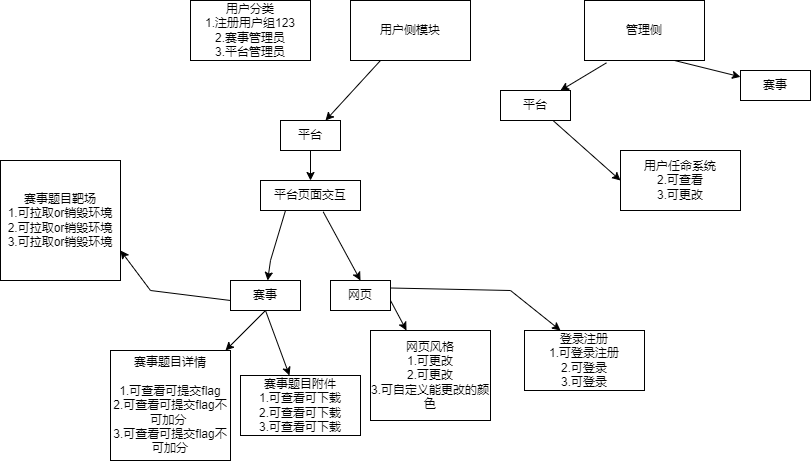
The draw.io diagram drawini/draw-user.png in DWDSec/fusu, before a commit. Source tidied: cells renumbered, new cells last; positions are measured from the earlier drawing's top-left corner, leaving out a move shared by most shapes.
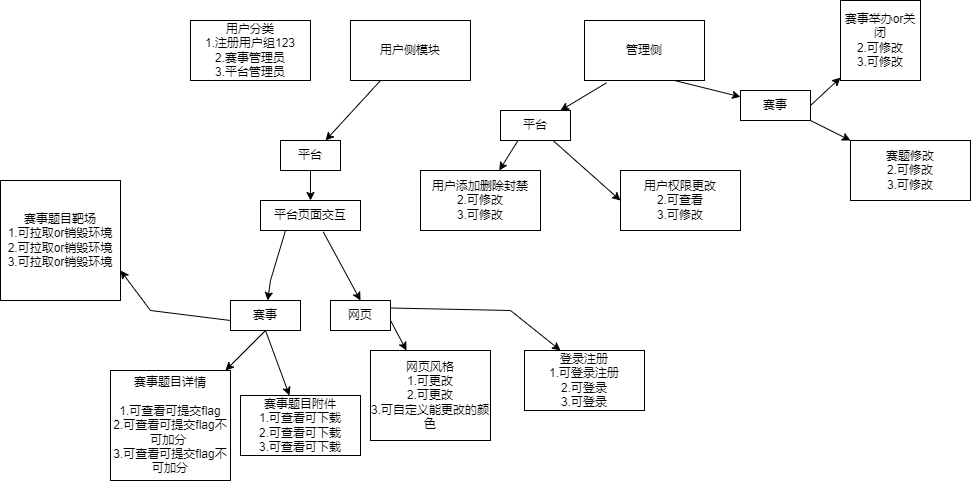
After the change.

Diff of the diagram source:
```diff
@@ -102,8 +102,26 @@
         <mxPoint x="620" y="180" as="targetPoint" />
       </mxGeometry>
     </mxCell>
-    <mxCell id="28" value="用户任命系统&lt;br&gt;2.可查看&lt;br&gt;3.可更改" style="rounded=0;whiteSpace=wrap;html=1;" parent="1" vertex="1">
+    <mxCell id="28" value="用户权限更改&lt;br&gt;2.可查看&lt;br&gt;3.可修改" style="rounded=0;whiteSpace=wrap;html=1;" parent="1" vertex="1">
       <mxGeometry x="620" y="150" width="120" height="60" as="geometry" />
     </mxCell>
+    <mxCell id="29" style="endArrow=classic;html=1;rounded=0;exitX=0.25;exitY=1;exitDx=0;exitDy=0;" parent="1" edge="1" source="26" target="30">
+      <mxGeometry relative="1" as="geometry" />
+    </mxCell>
+    <mxCell id="30" value="用户添加删除封禁&lt;br&gt;2.可修改&lt;br&gt;3.可修改" style="rounded=0;whiteSpace=wrap;html=1;" parent="1" vertex="1">
+      <mxGeometry x="420" y="150" width="120" height="60" as="geometry" />
+    </mxCell>
+    <mxCell id="31" style="endArrow=classic;html=1;rounded=0;exitX=1;exitY=0.5;exitDx=0;exitDy=0;" parent="1" edge="1" source="25" target="32">
+      <mxGeometry relative="1" as="geometry" />
+    </mxCell>
+    <mxCell id="32" value="赛事举办or关闭&lt;br&gt;2.可修改&lt;br&gt;3.可修改" style="whiteSpace=wrap;html=1;" parent="1" vertex="1">
+      <mxGeometry x="840" y="-20" width="80" height="80" as="geometry" />
+    </mxCell>
+    <mxCell id="33" style="endArrow=classic;html=1;rounded=0;exitX=1;exitY=1;exitDx=0;exitDy=0;" parent="1" edge="1" source="25" target="34">
+      <mxGeometry relative="1" as="geometry" />
+    </mxCell>
+    <mxCell id="34" value="赛题修改&lt;br&gt;2.可修改&lt;br&gt;3.可修改" style="rounded=0;whiteSpace=wrap;html=1;" parent="1" vertex="1">
+      <mxGeometry x="850" y="120" width="120" height="60" as="geometry" />
+    </mxCell>
   </root>
 </mxGraphModel>
```
